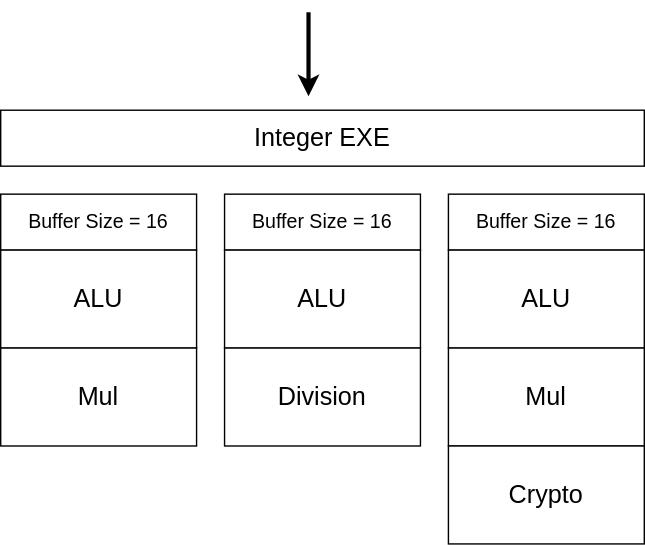
The draw.io diagram static/images/llvm-sched-model-hierarchy-example.light.svg in mshockwave/portfolio, before a commit. Source tidied: cells renumbered, new cells last; positions are measured from the earlier drawing's top-left corner, leaving out a move shared by most shapes. Source of this version:
```xml
<mxGraphModel>
  <root>
    <mxCell id="0" />
    <mxCell id="1" parent="0" />
    <mxCell id="2" value="&lt;font style=&quot;font-size: 18px;&quot;&gt;Integer EXE&lt;/font&gt;" style="rounded=0;whiteSpace=wrap;html=1;" parent="1" vertex="1">
      <mxGeometry y="70" width="460" height="40" as="geometry" />
    </mxCell>
    <mxCell id="3" value="&lt;font style=&quot;font-size: 14px;&quot;&gt;Buffer Size = 16&lt;/font&gt;" style="rounded=0;whiteSpace=wrap;html=1;fontSize=14;" parent="1" vertex="1">
      <mxGeometry y="130" width="140" height="40" as="geometry" />
    </mxCell>
    <mxCell id="4" value="&lt;font style=&quot;font-size: 14px;&quot;&gt;Buffer Size = 16&lt;/font&gt;" style="rounded=0;whiteSpace=wrap;html=1;fontSize=14;" parent="1" vertex="1">
      <mxGeometry x="160" y="130" width="140" height="40" as="geometry" />
    </mxCell>
    <mxCell id="5" value="&lt;font style=&quot;font-size: 14px;&quot;&gt;Buffer Size = 16&lt;/font&gt;" style="rounded=0;whiteSpace=wrap;html=1;fontSize=14;" parent="1" vertex="1">
      <mxGeometry x="320" y="130" width="140" height="40" as="geometry" />
    </mxCell>
    <mxCell id="6" value="&lt;font style=&quot;font-size: 18px;&quot;&gt;ALU&lt;/font&gt;" style="rounded=0;whiteSpace=wrap;html=1;fontSize=16;" parent="1" vertex="1">
      <mxGeometry y="170" width="140" height="70" as="geometry" />
    </mxCell>
    <mxCell id="7" value="&lt;font style=&quot;font-size: 18px;&quot;&gt;ALU&lt;/font&gt;" style="rounded=0;whiteSpace=wrap;html=1;fontSize=16;" parent="1" vertex="1">
      <mxGeometry x="320" y="170" width="140" height="70" as="geometry" />
    </mxCell>
    <mxCell id="8" value="&lt;font style=&quot;font-size: 18px;&quot;&gt;ALU&lt;/font&gt;" style="rounded=0;whiteSpace=wrap;html=1;fontSize=16;" parent="1" vertex="1">
      <mxGeometry x="160" y="170" width="140" height="70" as="geometry" />
    </mxCell>
    <mxCell id="9" value="&lt;font style=&quot;font-size: 18px;&quot;&gt;Division&lt;/font&gt;" style="rounded=0;whiteSpace=wrap;html=1;fontSize=16;" parent="1" vertex="1">
      <mxGeometry x="160" y="240" width="140" height="70" as="geometry" />
    </mxCell>
    <mxCell id="10" value="&lt;font style=&quot;font-size: 18px;&quot;&gt;Mul&lt;/font&gt;" style="rounded=0;whiteSpace=wrap;html=1;fontSize=16;" parent="1" vertex="1">
      <mxGeometry y="240" width="140" height="70" as="geometry" />
    </mxCell>
    <mxCell id="11" value="&lt;font style=&quot;font-size: 18px;&quot;&gt;Mul&lt;/font&gt;" style="rounded=0;whiteSpace=wrap;html=1;fontSize=16;" parent="1" vertex="1">
      <mxGeometry x="320" y="240" width="140" height="70" as="geometry" />
    </mxCell>
    <mxCell id="12" value="&lt;font style=&quot;font-size: 18px;&quot;&gt;Crypto&lt;/font&gt;" style="rounded=0;whiteSpace=wrap;html=1;fontSize=16;" parent="1" vertex="1">
      <mxGeometry x="320" y="310" width="140" height="70" as="geometry" />
    </mxCell>
    <mxCell id="13" style="endArrow=classic;html=1;rounded=0;strokeWidth=3;" parent="1" edge="1">
      <mxGeometry relative="1" as="geometry">
        <mxPoint x="220" as="sourcePoint" />
        <mxPoint x="220" y="60" as="targetPoint" />
      </mxGeometry>
    </mxCell>
  </root>
</mxGraphModel>
```
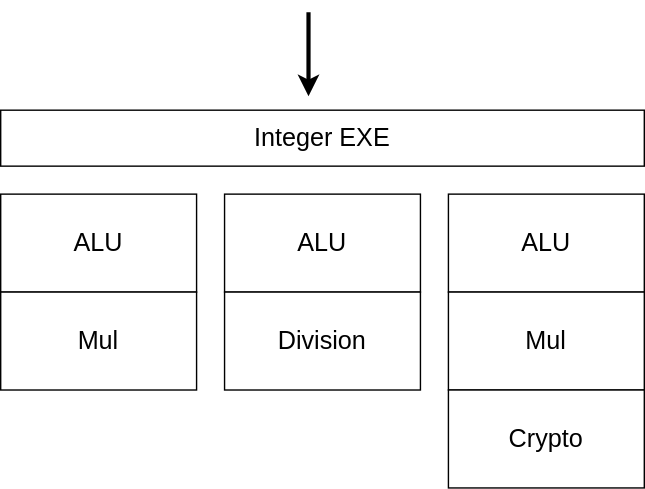
After the change.

Commit message:
Publish LLVM scheduling model part 2

The edit, as a diff of the source:
```diff
@@ -3,17 +3,8 @@
     <mxCell id="0" />
     <mxCell id="1" parent="0" />
     <mxCell id="2" value="&lt;font style=&quot;font-size: 18px;&quot;&gt;Integer EXE&lt;/font&gt;" style="rounded=0;whiteSpace=wrap;html=1;" parent="1" vertex="1">
-      <mxGeometry y="70" width="460" height="40" as="geometry" />
+      <mxGeometry y="110" width="460" height="40" as="geometry" />
     </mxCell>
-    <mxCell id="3" value="&lt;font style=&quot;font-size: 14px;&quot;&gt;Buffer Size = 16&lt;/font&gt;" style="rounded=0;whiteSpace=wrap;html=1;fontSize=14;" parent="1" vertex="1">
-      <mxGeometry y="130" width="140" height="40" as="geometry" />
-    </mxCell>
-    <mxCell id="4" value="&lt;font style=&quot;font-size: 14px;&quot;&gt;Buffer Size = 16&lt;/font&gt;" style="rounded=0;whiteSpace=wrap;html=1;fontSize=14;" parent="1" vertex="1">
-      <mxGeometry x="160" y="130" width="140" height="40" as="geometry" />
-    </mxCell>
-    <mxCell id="5" value="&lt;font style=&quot;font-size: 14px;&quot;&gt;Buffer Size = 16&lt;/font&gt;" style="rounded=0;whiteSpace=wrap;html=1;fontSize=14;" parent="1" vertex="1">
-      <mxGeometry x="320" y="130" width="140" height="40" as="geometry" />
-    </mxCell>
     <mxCell id="6" value="&lt;font style=&quot;font-size: 18px;&quot;&gt;ALU&lt;/font&gt;" style="rounded=0;whiteSpace=wrap;html=1;fontSize=16;" parent="1" vertex="1">
       <mxGeometry y="170" width="140" height="70" as="geometry" />
     </mxCell>
@@ -37,8 +28,8 @@
     </mxCell>
     <mxCell id="13" style="endArrow=classic;html=1;rounded=0;strokeWidth=3;" parent="1" edge="1">
       <mxGeometry relative="1" as="geometry">
-        <mxPoint x="220" as="sourcePoint" />
-        <mxPoint x="220" y="60" as="targetPoint" />
+        <mxPoint x="220" y="40" as="sourcePoint" />
+        <mxPoint x="220" y="100" as="targetPoint" />
       </mxGeometry>
     </mxCell>
   </root>
```
